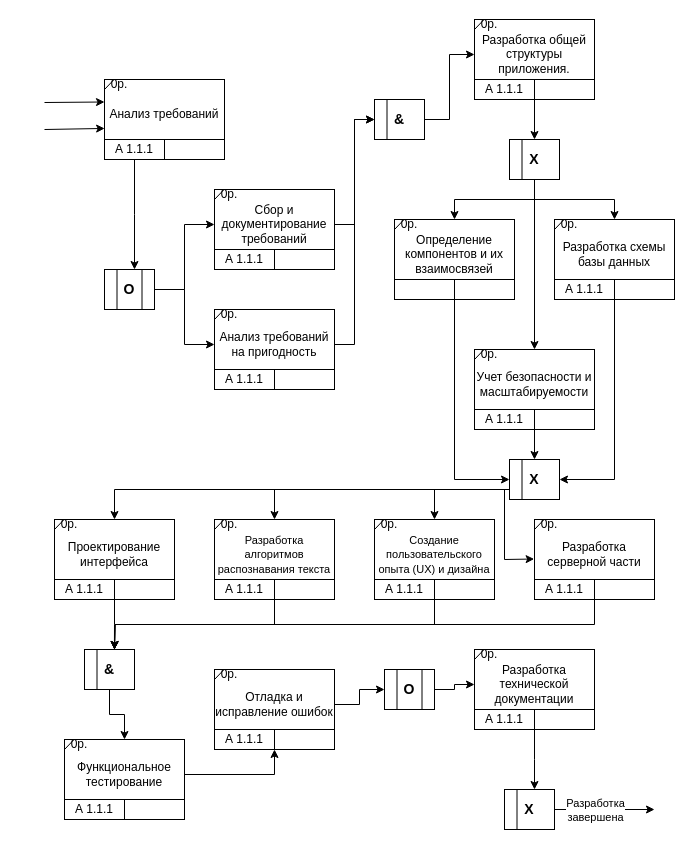
Earlier version of the draw.io diagram лр2 пис.drawio (pewish/LR2-SARO). Source tidied: cells renumbered, new cells numbered last; positions are measured from the earlier drawing's top-left corner, leaving out a move shared by most shapes. Both pictures are drawn from the tidied source at 100%, with x=0, y=0 at pixel (44, 19).
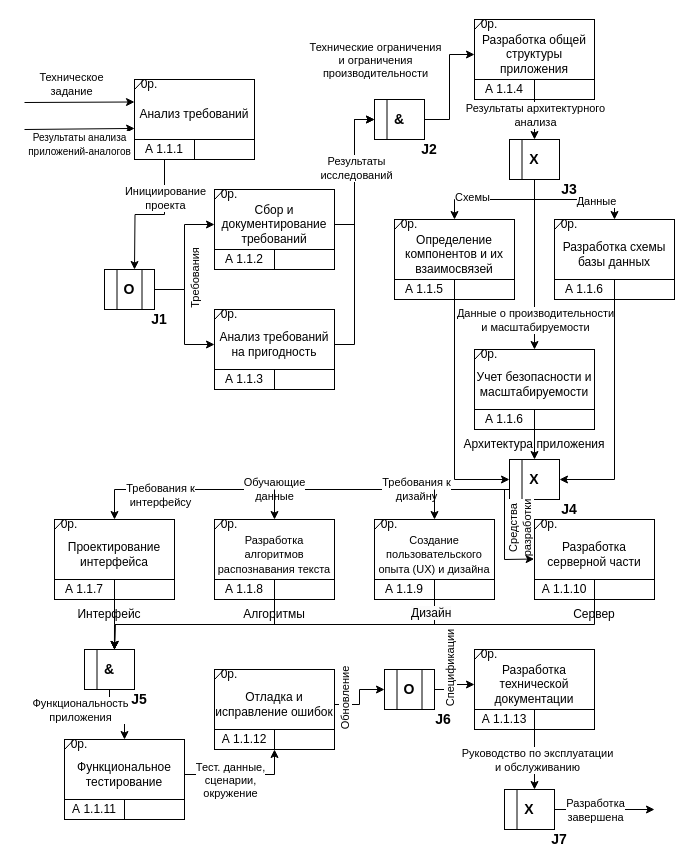
The same diagram, later.

The change refers to these unchanged cells:
```xml
<mxCell id="9" value="А 1.1.1" style="text;html=1;strokeColor=none;fillColor=none;align=center;verticalAlign=middle;whiteSpace=wrap;rounded=0;" parent="2" vertex="1">
<mxCell id="10" value="Анализ требований" style="text;html=1;strokeColor=none;fillColor=none;align=center;verticalAlign=middle;whiteSpace=wrap;rounded=0;" parent="2" vertex="1">
<mxCell id="16" style="group;" parent="1" vertex="1">
<mxCell id="24" style="group;" parent="1" vertex="1">
<mxCell id="32" style="group;" parent="1" vertex="1">
<mxCell id="40" style="group;" parent="1" vertex="1">
<mxCell id="48" style="edgeStyle=orthogonalEdgeStyle;rounded=0;jettySize=auto;html=1;entryX=0;entryY=0.5;entryDx=0;entryDy=0;" parent="1" edge="1" source="12" target="23">
<mxCell id="57" style="edgeStyle=orthogonalEdgeStyle;rounded=0;jettySize=auto;html=1;exitX=1;exitY=0.5;exitDx=0;exitDy=0;entryX=0;entryY=0.5;entryDx=0;entryDy=0;" parent="1" edge="1" source="31" target="53">
<mxCell id="58" style="edgeStyle=orthogonalEdgeStyle;rounded=0;jettySize=auto;html=1;exitX=1;exitY=0.5;exitDx=0;exitDy=0;entryX=0;entryY=0.5;entryDx=0;entryDy=0;" parent="1" edge="1" source="53" target="47">
<mxCell id="63" style="edgeStyle=orthogonalEdgeStyle;rounded=0;jettySize=auto;html=1;entryX=0.5;entryY=0;entryDx=0;entryDy=0;" parent="1" edge="1" source="41" target="60">
<mxCell id="64" style="group;" parent="1" vertex="1">
<mxCell id="72" style="group;" parent="1" vertex="1">
<mxCell id="80" style="edgeStyle=orthogonalEdgeStyle;rounded=0;jettySize=auto;html=1;entryX=0.5;entryY=0;entryDx=0;entryDy=0;" parent="1" edge="1" source="60" target="65">
<mxCell id="81" style="edgeStyle=orthogonalEdgeStyle;rounded=0;jettySize=auto;html=1;entryX=0.5;entryY=0;entryDx=0;entryDy=0;" parent="1" edge="1" source="60" target="73">
<mxCell id="82" style="edgeStyle=orthogonalEdgeStyle;rounded=0;jettySize=auto;html=1;entryX=0.5;entryY=0;entryDx=0;entryDy=0;" parent="1" edge="1" source="60" target="33">
<mxCell id="99" style="group;" parent="1" vertex="1">
<mxCell id="100" style="rounded=0;whiteSpace=wrap;html=1;" parent="99" vertex="1">
<mxCell id="108" style="group;" parent="1" vertex="1">
<mxCell id="117" style="group;" parent="1" vertex="1">
<mxCell id="126" style="endArrow=none;html=1;rounded=0;entryX=0;entryY=0.75;entryDx=0;entryDy=0;" parent="1" edge="1" target="84">
<mxCell id="130" style="endArrow=none;html=1;rounded=0;" parent="1" edge="1">
<mxCell id="136" style="group;" parent="1" vertex="1">
<mxCell id="144" style="group;" parent="1" vertex="1">
<mxCell id="152" style="edgeStyle=orthogonalEdgeStyle;rounded=0;jettySize=auto;html=1;entryX=0.5;entryY=0;entryDx=0;entryDy=0;" parent="1" edge="1" source="133" target="137">
<mxCell id="153" style="edgeStyle=orthogonalEdgeStyle;rounded=0;jettySize=auto;html=1;entryX=0.5;entryY=1;entryDx=0;entryDy=0;" parent="1" edge="1" source="143" target="145">
<mxCell id="154" style="group;" parent="1" vertex="1">
<mxCell id="155" style="edgeStyle=orthogonalEdgeStyle;rounded=0;jettySize=auto;html=1;" parent="154" edge="1" source="156">
<mxCell id="168" style="edgeStyle=orthogonalEdgeStyle;rounded=0;jettySize=auto;html=1;entryX=0;entryY=0.5;entryDx=0;entryDy=0;" parent="1" edge="1" source="151" target="164">
<mxCell id="169" style="edgeStyle=orthogonalEdgeStyle;rounded=0;jettySize=auto;html=1;exitX=1;exitY=0.5;exitDx=0;exitDy=0;entryX=0;entryY=0.5;entryDx=0;entryDy=0;" parent="1" edge="1" source="164" target="162">
```

Diff of the diagram source:
```diff
@@
     <mxCell id="2" style="group;" parent="1" vertex="1">
-      <mxGeometry x="60" y="60" width="120" height="80" as="geometry" />
+      <mxGeometry x="90" y="60" width="120" height="80" as="geometry" />
     </mxCell>
@@
-    <mxCell id="8" style="edgeStyle=orthogonalEdgeStyle;rounded=0;jettySize=auto;html=1;" parent="2" edge="1" source="9">
-      <mxGeometry relative="1" as="geometry">
-        <mxPoint x="30" y="190" as="targetPoint" />
-      </mxGeometry>
-    </mxCell>
+    <mxCell id="176" style="edgeStyle=orthogonalEdgeStyle;rounded=0;jettySize=auto;html=1;" parent="2" edge="1" source="9">
+      <mxGeometry relative="1" as="geometry">
+        <mxPoint y="190" as="targetPoint" />
+      </mxGeometry>
+    </mxCell>
+    <mxCell id="177" value="Инициирование&lt;br&gt;проекта" style="edgeLabel;html=1;align=center;verticalAlign=middle;" parent="176" vertex="1">
+      <mxGeometry x="-0.45" relative="1" as="geometry" />
+    </mxCell>
@@
-    <mxCell id="22" value="А 1.1.1" style="text;html=1;strokeColor=none;fillColor=none;align=center;verticalAlign=middle;whiteSpace=wrap;rounded=0;" parent="16" vertex="1">
+    <mxCell id="22" value="А 1.1.2" style="text;html=1;strokeColor=none;fillColor=none;align=center;verticalAlign=middle;whiteSpace=wrap;rounded=0;" parent="16" vertex="1">
       <mxGeometry y="60" width="60" height="20" as="geometry" />
     </mxCell>
@@
-    <mxCell id="30" value="А 1.1.1" style="text;html=1;strokeColor=none;fillColor=none;align=center;verticalAlign=middle;whiteSpace=wrap;rounded=0;" parent="24" vertex="1">
+    <mxCell id="30" value="А 1.1.3" style="text;html=1;strokeColor=none;fillColor=none;align=center;verticalAlign=middle;whiteSpace=wrap;rounded=0;" parent="24" vertex="1">
       <mxGeometry y="60" width="60" height="20" as="geometry" />
     </mxCell>
@@
-    <mxCell id="38" value="А 1.1.1" style="text;html=1;strokeColor=none;fillColor=none;align=center;verticalAlign=middle;whiteSpace=wrap;rounded=0;" parent="32" vertex="1">
+    <mxCell id="38" value="А 1.1.6" style="text;html=1;strokeColor=none;fillColor=none;align=center;verticalAlign=middle;whiteSpace=wrap;rounded=0;" parent="32" vertex="1">
       <mxGeometry y="60" width="60" height="20" as="geometry" />
     </mxCell>
@@
-    <mxCell id="46" value="А 1.1.1" style="text;html=1;strokeColor=none;fillColor=none;align=center;verticalAlign=middle;whiteSpace=wrap;rounded=0;" parent="40" vertex="1">
+    <mxCell id="46" value="А 1.1.4" style="text;html=1;strokeColor=none;fillColor=none;align=center;verticalAlign=middle;whiteSpace=wrap;rounded=0;" parent="40" vertex="1">
       <mxGeometry y="60" width="60" height="20" as="geometry" />
     </mxCell>
-    <mxCell id="47" value="Разработка общей структуры приложения." style="text;html=1;strokeColor=none;fillColor=none;align=center;verticalAlign=middle;whiteSpace=wrap;rounded=0;" parent="40" vertex="1">
+    <mxCell id="47" value="Разработка общей структуры приложения" style="text;html=1;strokeColor=none;fillColor=none;align=center;verticalAlign=middle;whiteSpace=wrap;rounded=0;" parent="40" vertex="1">
       <mxGeometry y="10" width="120" height="50" as="geometry" />
     </mxCell>
@@
+    <mxCell id="178" value="Требования" style="edgeLabel;html=1;align=center;verticalAlign=middle;rotation=270;" parent="48" vertex="1">
+      <mxGeometry x="-0.03" y="4" relative="1" as="geometry">
+        <mxPoint x="14" y="21" as="offset" />
+      </mxGeometry>
+    </mxCell>
@@
     <mxCell id="50" style="endArrow=classic;html=1;rounded=0;entryX=0;entryY=0.25;entryDx=0;entryDy=0;" parent="1" edge="1" target="10">
       <mxGeometry relative="1" as="geometry">
-        <mxPoint y="83" as="sourcePoint" />
+        <mxPoint x="-20" y="83" as="sourcePoint" />
       </mxGeometry>
     </mxCell>
+    <mxCell id="179" value="Техническое&lt;br&gt;задание" style="edgeLabel;html=1;align=center;verticalAlign=middle;" parent="50" vertex="1">
+      <mxGeometry x="-0.59" y="2" relative="1" as="geometry">
+        <mxPoint x="24" y="-16" as="offset" />
+      </mxGeometry>
+    </mxCell>
     <mxCell id="51" style="endArrow=classic;html=1;rounded=0;entryX=0.001;entryY=0.779;entryDx=0;entryDy=0;entryPerimeter=0;" parent="1" edge="1" target="10">
       <mxGeometry relative="1" as="geometry">
-        <mxPoint y="110" as="sourcePoint" />
+        <mxPoint x="-20" y="110" as="sourcePoint" />
       </mxGeometry>
     </mxCell>
+    <mxCell id="180" value="&lt;font style=&quot;font-size: 10px;&quot;&gt;Результаты анализа&lt;br&gt;приложений-аналогов&lt;/font&gt;" style="edgeLabel;html=1;align=center;verticalAlign=middle;" parent="51" vertex="1">
+      <mxGeometry x="-0.28" y="1" relative="1" as="geometry">
+        <mxPoint x="15" y="16" as="offset" />
+      </mxGeometry>
+    </mxCell>
@@
+    <mxCell id="181" value="Результаты&lt;br&gt;исследований" style="edgeLabel;html=1;align=center;verticalAlign=middle;" parent="57" vertex="1">
+      <mxGeometry x="0.49" y="-1" relative="1" as="geometry" />
+    </mxCell>
@@
+    <mxCell id="182" value="Технические ограничения&lt;br&gt;и ограничения&lt;br&gt;производительности" style="edgeLabel;html=1;align=center;verticalAlign=middle;" parent="58" vertex="1">
+      <mxGeometry x="0.13" y="-3" relative="1" as="geometry">
+        <mxPoint x="-78" y="-20" as="offset" />
+      </mxGeometry>
+    </mxCell>
@@
+    <mxCell id="183" value="Результаты архитектурного&lt;br&gt;анализа" style="edgeLabel;html=1;align=center;verticalAlign=middle;" parent="63" vertex="1">
+      <mxGeometry x="0.09" relative="1" as="geometry">
+        <mxPoint y="-7" as="offset" />
+      </mxGeometry>
+    </mxCell>
@@
+    <mxCell id="184" value="А 1.1.5" style="text;html=1;strokeColor=none;fillColor=none;align=center;verticalAlign=middle;whiteSpace=wrap;rounded=0;" parent="64" vertex="1">
+      <mxGeometry y="60" width="60" height="20" as="geometry" />
+    </mxCell>
@@
-    <mxCell id="78" value="А 1.1.1" style="text;html=1;strokeColor=none;fillColor=none;align=center;verticalAlign=middle;whiteSpace=wrap;rounded=0;" parent="72" vertex="1">
+    <mxCell id="78" value="А 1.1.6" style="text;html=1;strokeColor=none;fillColor=none;align=center;verticalAlign=middle;whiteSpace=wrap;rounded=0;" parent="72" vertex="1">
       <mxGeometry y="60" width="60" height="20" as="geometry" />
     </mxCell>
@@
+    <mxCell id="185" value="Схемы" style="edgeLabel;html=1;align=center;verticalAlign=middle;" parent="80" vertex="1">
+      <mxGeometry x="0.39" y="-3" relative="1" as="geometry" />
+    </mxCell>
@@
+    <mxCell id="186" value="Данные" style="edgeLabel;html=1;align=center;verticalAlign=middle;" parent="81" vertex="1">
+      <mxGeometry x="0.35" y="-1" relative="1" as="geometry" />
+    </mxCell>
@@
+    <mxCell id="187" value="Данные о производительности&lt;br&gt;и масштабируемости" style="edgeLabel;html=1;align=center;verticalAlign=middle;" parent="82" vertex="1">
+      <mxGeometry x="0.43" y="-3" relative="1" as="geometry">
+        <mxPoint x="3" y="18" as="offset" />
+      </mxGeometry>
+    </mxCell>
@@
     <mxCell id="90" style="group;" parent="1" vertex="1">
-      <mxGeometry x="10" y="500" width="120" height="80" as="geometry" />
+      <mxGeometry x="10" y="500" width="120" height="110" as="geometry" />
     </mxCell>
@@
-    <mxCell id="97" value="А 1.1.1" style="text;html=1;strokeColor=none;fillColor=none;align=center;verticalAlign=middle;whiteSpace=wrap;rounded=0;" parent="90" vertex="1">
+    <mxCell id="97" value="А 1.1.7" style="text;html=1;strokeColor=none;fillColor=none;align=center;verticalAlign=middle;whiteSpace=wrap;rounded=0;" parent="90" vertex="1">
       <mxGeometry y="60" width="60" height="20" as="geometry" />
     </mxCell>
@@
+    <mxCell id="188" value="Интерфейс" style="text;html=1;strokeColor=none;fillColor=none;align=center;verticalAlign=middle;whiteSpace=wrap;rounded=0;" parent="90" vertex="1">
+      <mxGeometry x="25" y="80" width="60" height="30" as="geometry" />
+    </mxCell>
@@
-    <mxCell id="106" value="А 1.1.1" style="text;html=1;strokeColor=none;fillColor=none;align=center;verticalAlign=middle;whiteSpace=wrap;rounded=0;" parent="99" vertex="1">
+    <mxCell id="106" value="А 1.1.8" style="text;html=1;strokeColor=none;fillColor=none;align=center;verticalAlign=middle;whiteSpace=wrap;rounded=0;" parent="99" vertex="1">
       <mxGeometry y="60" width="60" height="20" as="geometry" />
     </mxCell>
@@
-    <mxCell id="115" value="А 1.1.1" style="text;html=1;strokeColor=none;fillColor=none;align=center;verticalAlign=middle;whiteSpace=wrap;rounded=0;" parent="108" vertex="1">
+    <mxCell id="115" value="А 1.1.9" style="text;html=1;strokeColor=none;fillColor=none;align=center;verticalAlign=middle;whiteSpace=wrap;rounded=0;" parent="108" vertex="1">
       <mxGeometry y="60" width="60" height="20" as="geometry" />
     </mxCell>
@@
-    <mxCell id="123" style="edgeStyle=orthogonalEdgeStyle;rounded=0;jettySize=auto;html=1;exitX=1;exitY=1;exitDx=0;exitDy=0;" parent="117" edge="1" source="124">
-      <mxGeometry relative="1" as="geometry">
-        <mxPoint x="-420" y="130" as="targetPoint" />
-      </mxGeometry>
-    </mxCell>
+    <mxCell id="189" style="edgeStyle=orthogonalEdgeStyle;rounded=0;jettySize=auto;html=1;exitX=1;exitY=1;exitDx=0;exitDy=0;" parent="117" edge="1" source="124">
+      <mxGeometry relative="1" as="geometry">
+        <mxPoint x="-420" y="130" as="targetPoint" />
+      </mxGeometry>
+    </mxCell>
-    <mxCell id="124" value="А 1.1.1" style="text;html=1;strokeColor=none;fillColor=none;align=center;verticalAlign=middle;whiteSpace=wrap;rounded=0;" parent="117" vertex="1">
+    <mxCell id="124" value="А 1.1.10" style="text;html=1;strokeColor=none;fillColor=none;align=center;verticalAlign=middle;whiteSpace=wrap;rounded=0;" parent="117" vertex="1">
       <mxGeometry y="60" width="60" height="20" as="geometry" />
     </mxCell>
@@
+    <mxCell id="190" value="Требования к&lt;br&gt;интерфейсу" style="edgeLabel;html=1;align=center;verticalAlign=middle;" parent="126" vertex="1">
+      <mxGeometry x="-0.78" y="-3" relative="1" as="geometry">
+        <mxPoint x="2" y="2" as="offset" />
+      </mxGeometry>
+    </mxCell>
+    <mxCell id="191" value="Обучающие&lt;br&gt;данные" style="edgeLabel;html=1;align=center;verticalAlign=middle;" parent="126" vertex="1">
+      <mxGeometry x="-0.24" y="1" relative="1" as="geometry">
+        <mxPoint x="9" as="offset" />
+      </mxGeometry>
+    </mxCell>
+    <mxCell id="192" value="Требования к&lt;br&gt;дизайну" style="edgeLabel;html=1;align=center;verticalAlign=middle;" parent="126" vertex="1">
+      <mxGeometry x="0.3" y="1" relative="1" as="geometry">
+        <mxPoint x="44" as="offset" />
+      </mxGeometry>
+    </mxCell>
+    <mxCell id="128" style="endArrow=classic;html=1;rounded=0;" parent="1" edge="1" target="100">
+      <mxGeometry relative="1" as="geometry">
+        <mxPoint x="230" y="470" as="sourcePoint" />
+      </mxGeometry>
+    </mxCell>
@@
-    <mxCell id="128" style="endArrow=classic;html=1;rounded=0;" parent="1" edge="1" target="100">
-      <mxGeometry relative="1" as="geometry">
-        <mxPoint x="230" y="470" as="sourcePoint" />
-      </mxGeometry>
-    </mxCell>
@@
+    <mxCell id="193" value="Средства&lt;br&gt;разработки" style="edgeLabel;html=1;align=center;verticalAlign=middle;rotation=270;" parent="130" vertex="1">
+      <mxGeometry x="0.33" relative="1" as="geometry">
+        <mxPoint x="15" y="-7" as="offset" />
+      </mxGeometry>
+    </mxCell>
@@
-    <mxCell id="142" value="А 1.1.1" style="text;html=1;strokeColor=none;fillColor=none;align=center;verticalAlign=middle;whiteSpace=wrap;rounded=0;" parent="136" vertex="1">
+    <mxCell id="142" value="А 1.1.11" style="text;html=1;strokeColor=none;fillColor=none;align=center;verticalAlign=middle;whiteSpace=wrap;rounded=0;" parent="136" vertex="1">
       <mxGeometry y="60" width="60" height="20" as="geometry" />
     </mxCell>
@@
-    <mxCell id="150" value="А 1.1.1" style="text;html=1;strokeColor=none;fillColor=none;align=center;verticalAlign=middle;whiteSpace=wrap;rounded=0;" parent="144" vertex="1">
+    <mxCell id="150" value="А 1.1.12" style="text;html=1;strokeColor=none;fillColor=none;align=center;verticalAlign=middle;whiteSpace=wrap;rounded=0;" parent="144" vertex="1">
       <mxGeometry y="60" width="60" height="20" as="geometry" />
     </mxCell>
@@
+    <mxCell id="194" value="Функциональность&lt;br&gt;приложения" style="edgeLabel;html=1;align=center;verticalAlign=middle;" parent="152" vertex="1">
+      <mxGeometry x="-0.41" relative="1" as="geometry">
+        <mxPoint x="-30" y="1" as="offset" />
+      </mxGeometry>
+    </mxCell>
@@
+    <mxCell id="195" value="Тест. данные,&lt;br&gt;сценарии,&lt;br&gt;окружение" style="edgeLabel;html=1;align=center;verticalAlign=middle;" parent="153" vertex="1">
+      <mxGeometry x="-0.3" relative="1" as="geometry">
+        <mxPoint x="5" y="5" as="offset" />
+      </mxGeometry>
+    </mxCell>
@@
+    <mxCell id="196" value="Руководство по эксплуатации&lt;br&gt;и обслуживанию" style="edgeLabel;html=1;align=center;verticalAlign=middle;" parent="155" vertex="1">
+      <mxGeometry x="0.01" y="2" relative="1" as="geometry" />
+    </mxCell>
@@
-    <mxCell id="161" value="А 1.1.1" style="text;html=1;strokeColor=none;fillColor=none;align=center;verticalAlign=middle;whiteSpace=wrap;rounded=0;" parent="154" vertex="1">
+    <mxCell id="161" value="А 1.1.13" style="text;html=1;strokeColor=none;fillColor=none;align=center;verticalAlign=middle;whiteSpace=wrap;rounded=0;" parent="154" vertex="1">
       <mxGeometry y="60" width="60" height="20" as="geometry" />
     </mxCell>
@@
+    <mxCell id="197" value="Обновление" style="edgeLabel;html=1;align=center;verticalAlign=middle;rotation=270;" parent="168" vertex="1">
+      <mxGeometry x="-0.35" y="-1" relative="1" as="geometry">
+        <mxPoint x="-11" y="-6" as="offset" />
+      </mxGeometry>
+    </mxCell>
@@
+    <mxCell id="198" value="Спецификации" style="edgeLabel;html=1;align=center;verticalAlign=middle;rotation=270;" parent="169" vertex="1">
+      <mxGeometry x="0.11" y="5" relative="1" as="geometry">
+        <mxPoint x="-5" y="-10" as="offset" />
+      </mxGeometry>
+    </mxCell>
@@
+    <mxCell id="199" value="&lt;b&gt;&lt;font style=&quot;font-size: 14px;&quot;&gt;J1&lt;/font&gt;&lt;/b&gt;" style="text;html=1;strokeColor=none;fillColor=none;align=center;verticalAlign=middle;whiteSpace=wrap;rounded=0;" parent="1" vertex="1">
+      <mxGeometry x="100" y="290" width="30" height="20" as="geometry" />
+    </mxCell>
+    <mxCell id="200" value="&lt;b&gt;&lt;font style=&quot;font-size: 14px;&quot;&gt;J2&lt;/font&gt;&lt;/b&gt;" style="text;html=1;strokeColor=none;fillColor=none;align=center;verticalAlign=middle;whiteSpace=wrap;rounded=0;" parent="1" vertex="1">
+      <mxGeometry x="370" y="120" width="30" height="20" as="geometry" />
+    </mxCell>
+    <mxCell id="201" value="&lt;b&gt;&lt;font style=&quot;font-size: 14px;&quot;&gt;J3&lt;/font&gt;&lt;/b&gt;" style="text;html=1;strokeColor=none;fillColor=none;align=center;verticalAlign=middle;whiteSpace=wrap;rounded=0;" parent="1" vertex="1">
+      <mxGeometry x="510" y="160" width="30" height="20" as="geometry" />
+    </mxCell>
+    <mxCell id="202" value="&lt;b&gt;&lt;font style=&quot;font-size: 14px;&quot;&gt;J4&lt;/font&gt;&lt;/b&gt;" style="text;html=1;strokeColor=none;fillColor=none;align=center;verticalAlign=middle;whiteSpace=wrap;rounded=0;" parent="1" vertex="1">
+      <mxGeometry x="510" y="480" width="30" height="20" as="geometry" />
+    </mxCell>
+    <mxCell id="203" value="&lt;b&gt;&lt;font style=&quot;font-size: 14px;&quot;&gt;J5&lt;/font&gt;&lt;/b&gt;" style="text;html=1;strokeColor=none;fillColor=none;align=center;verticalAlign=middle;whiteSpace=wrap;rounded=0;" parent="1" vertex="1">
+      <mxGeometry x="80" y="670" width="30" height="20" as="geometry" />
+    </mxCell>
+    <mxCell id="204" value="&lt;b&gt;&lt;font style=&quot;font-size: 14px;&quot;&gt;J6&lt;/font&gt;&lt;/b&gt;" style="text;html=1;strokeColor=none;fillColor=none;align=center;verticalAlign=middle;whiteSpace=wrap;rounded=0;" parent="1" vertex="1">
+      <mxGeometry x="384" y="690" width="30" height="20" as="geometry" />
+    </mxCell>
+    <mxCell id="205" value="&lt;b&gt;&lt;font style=&quot;font-size: 14px;&quot;&gt;J7&lt;/font&gt;&lt;/b&gt;" style="text;html=1;strokeColor=none;fillColor=none;align=center;verticalAlign=middle;whiteSpace=wrap;rounded=0;" parent="1" vertex="1">
+      <mxGeometry x="500" y="810" width="30" height="20" as="geometry" />
+    </mxCell>
+    <mxCell id="206" value="Архитектура приложения" style="text;html=1;strokeColor=none;fillColor=none;align=center;verticalAlign=middle;whiteSpace=wrap;rounded=0;" parent="1" vertex="1">
+      <mxGeometry x="405" y="410" width="170" height="30" as="geometry" />
+    </mxCell>
+    <mxCell id="207" value="Алгоритмы" style="text;html=1;strokeColor=none;fillColor=none;align=center;verticalAlign=middle;whiteSpace=wrap;rounded=0;" parent="1" vertex="1">
+      <mxGeometry x="200" y="580" width="60" height="30" as="geometry" />
+    </mxCell>
+    <mxCell id="208" value="&lt;span style=&quot;color: rgb(0, 0, 0); font-family: Helvetica; font-size: 12px; font-style: normal; font-variant-ligatures: normal; font-variant-caps: normal; font-weight: 400; letter-spacing: normal; orphans: 2; text-align: center; text-indent: 0px; text-transform: none; widows: 2; word-spacing: 0px; -webkit-text-stroke-width: 0px; background-color: rgb(251, 251, 251); text-decoration-thickness: initial; text-decoration-style: initial; text-decoration-color: initial; float: none; display: inline !important;&quot;&gt;Дизайн&lt;/span&gt;" style="text;whiteSpace=wrap;html=1;" parent="1" vertex="1">
+      <mxGeometry x="365" y="580" width="50" height="20" as="geometry" />
+    </mxCell>
+    <mxCell id="209" value="Сервер" style="text;html=1;strokeColor=none;fillColor=none;align=center;verticalAlign=middle;whiteSpace=wrap;rounded=0;" parent="1" vertex="1">
+      <mxGeometry x="520" y="580" width="60" height="30" as="geometry" />
+    </mxCell>
```
